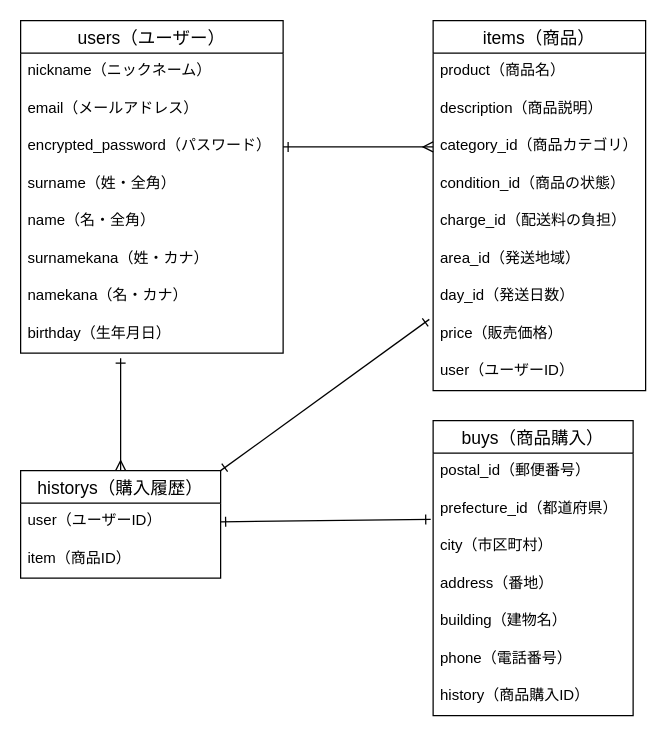
Before: furima.dio in tomoyaohashi/furima-39361, a draw.io diagram. Source tidied: cells renumbered, new cells numbered last; positions are measured from the earlier drawing's top-left corner, leaving out a move shared by most shapes. Both pictures are drawn from the tidied source at 125%, with x=0, y=0 at pixel (20, 20).
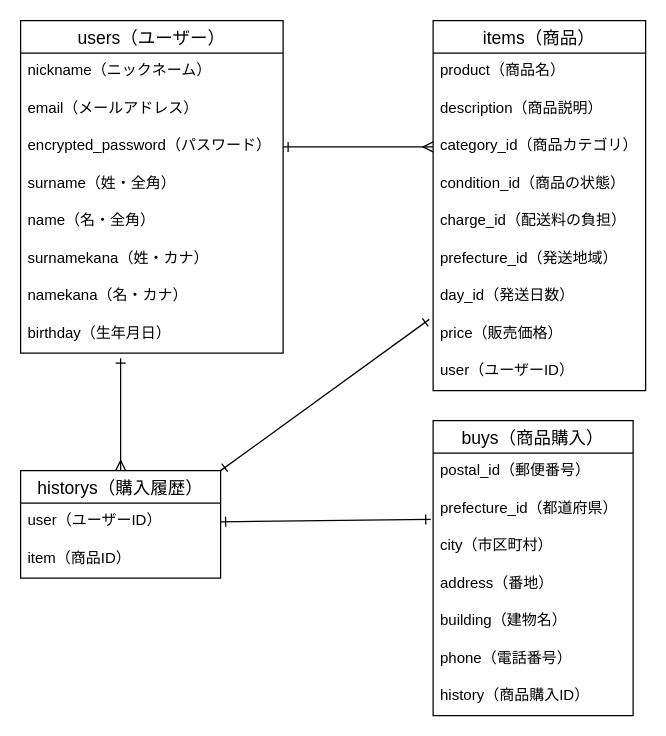
Above is the later version.

The change refers to these unchanged cells:
```xml
<mxCell id="12" value="items（商品）" style="swimlane;fontStyle=0;horizontal=1;startSize=26;align=center;fontSize=14;" parent="1" vertex="1">
  <mxGeometry x="330" width="170" height="296" as="geometry" />
</mxCell>
```

The edit, as a diff of the source:
```diff
@@
-    <mxCell id="18" value="area_id（発送地域）" style="text;strokeColor=none;fillColor=none;spacingLeft=4;spacingRight=4;overflow=hidden;fontSize=12;" parent="12" vertex="1">
+    <mxCell id="18" value="prefecture_id（発送地域）" style="text;strokeColor=none;fillColor=none;spacingLeft=4;spacingRight=4;overflow=hidden;fontSize=12;" parent="12" vertex="1">
       <mxGeometry y="176" width="170" height="30" as="geometry" />
     </mxCell>
```
